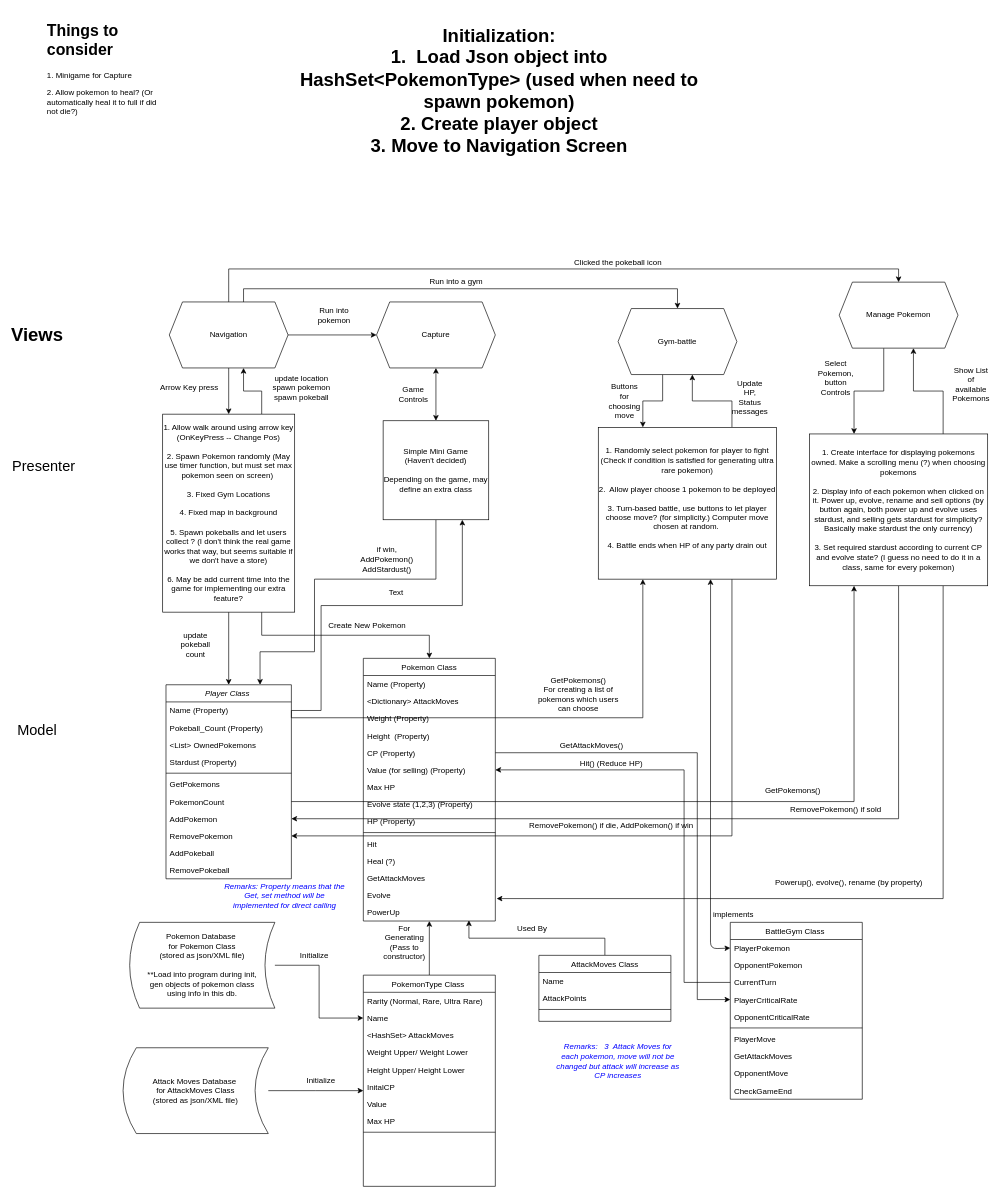
The draw.io diagram Untitled Diagram.drawio in tpmmthomas/ierg3080-pokemon-go, before the edit. Source tidied: cells renumbered, new cells numbered last; positions are measured from the earlier drawing's top-left corner, leaving out a move shared by most shapes. Both pictures are drawn from the tidied source at 66%, with x=0, y=0 at pixel (24, 18).
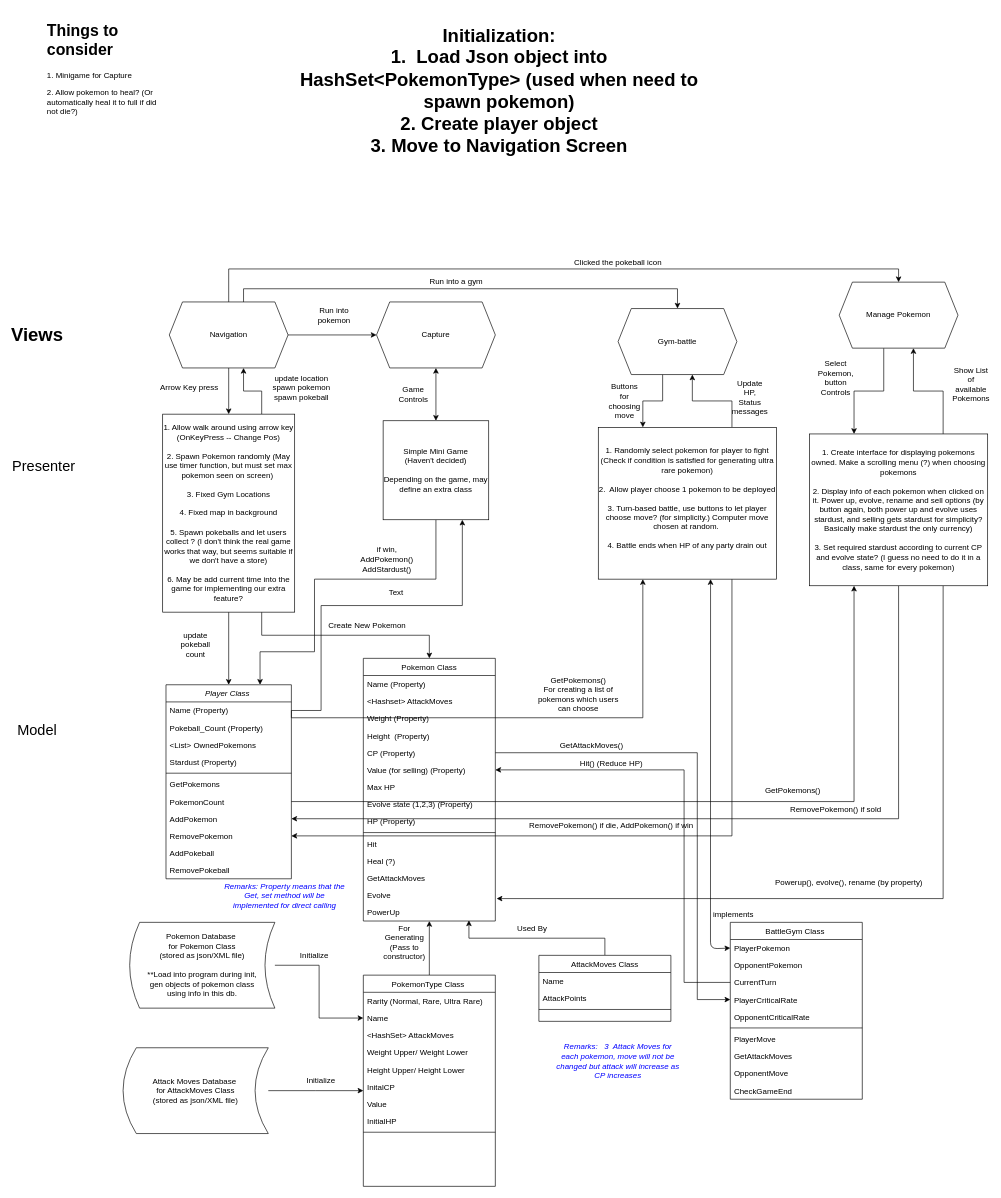
The same page after the edit.

The change refers to these unchanged cells:
```xml
<mxCell id="40" value="Pokemon Class" style="swimlane;fontStyle=0;align=center;verticalAlign=top;horizontal=1;startSize=26;rounded=0;shadow=0;strokeWidth=1;" parent="1" vertex="1">
  <mxGeometry x="514" y="970" width="200" height="398" as="geometry" />
</mxCell>
<mxCell id="72" value="PokemonType Class " style="swimlane;fontStyle=0;align=center;verticalAlign=top;horizontal=1;startSize=26;rounded=0;shadow=0;strokeWidth=1;" parent="1" vertex="1">
  <mxGeometry x="514" y="1450" width="200" height="320" as="geometry" />
</mxCell>
```

What changed in the source:
```diff
@@
-    <mxCell id="42" value="&lt;Dictionary&gt; AttackMoves" style="text;align=left;verticalAlign=top;spacingLeft=4;spacingRight=4;overflow=hidden;rounded=0;shadow=0;html=0;" parent="40" vertex="1">
+    <mxCell id="42" value="&lt;Hashset&gt; AttackMoves" style="text;align=left;verticalAlign=top;spacingLeft=4;spacingRight=4;overflow=hidden;rounded=0;shadow=0;html=0;" parent="40" vertex="1">
       <mxGeometry y="52" width="200" height="26" as="geometry" />
     </mxCell>
@@
-    <mxCell id="80" value="Max HP" style="text;align=left;verticalAlign=top;spacingLeft=4;spacingRight=4;overflow=hidden;rounded=0;shadow=0;html=0;" parent="72" vertex="1">
+    <mxCell id="80" value="InitialHP" style="text;align=left;verticalAlign=top;spacingLeft=4;spacingRight=4;overflow=hidden;rounded=0;shadow=0;html=0;" parent="72" vertex="1">
       <mxGeometry y="208" width="200" height="26" as="geometry" />
     </mxCell>
```
